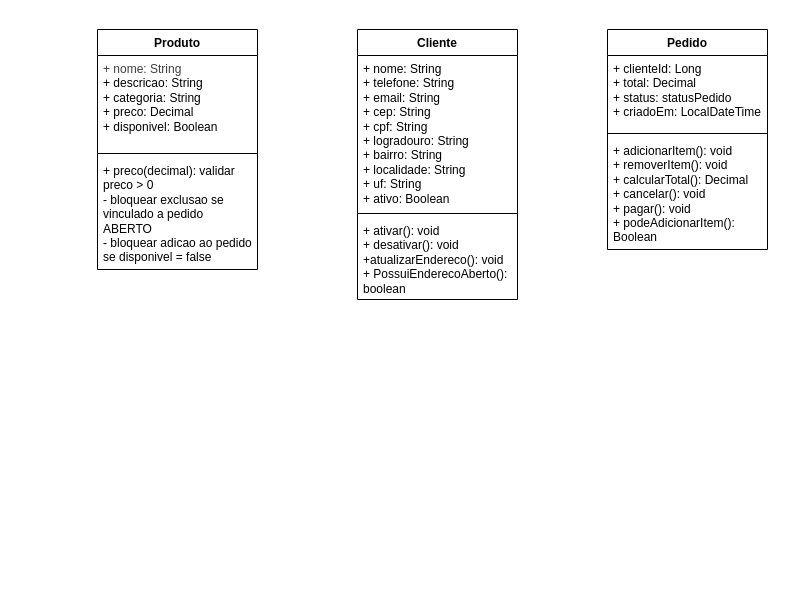
Above: lanchonete.drawio in Jenniferkss/atividade-lanchonete (draw.io), before the change. Source tidied: cells renumbered, new cells numbered last; positions are measured from the earlier drawing's top-left corner, leaving out a move shared by most shapes. Both pictures are drawn from the tidied source at 100%, with x=0, y=0 at pixel (97, 29).
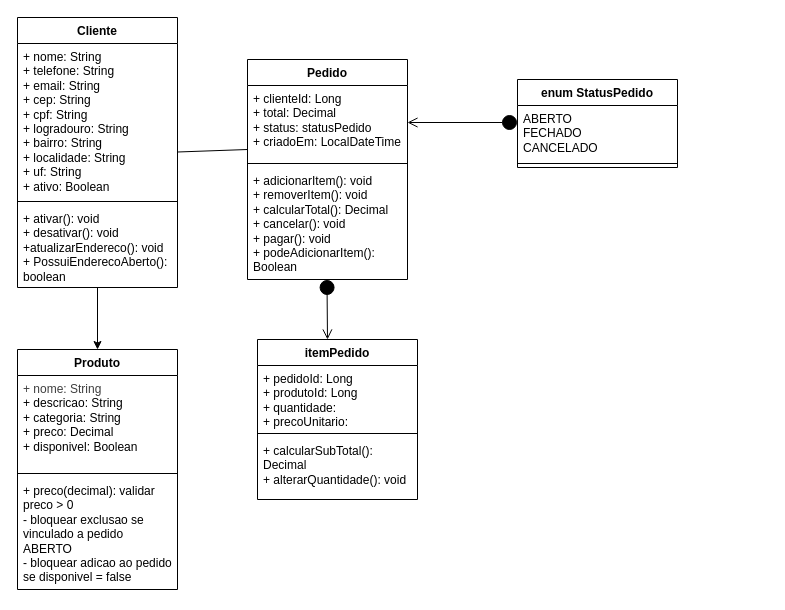
Above is the later version.

Commit message:
feat: adiciona as setas

The change refers to these unchanged cells:
```xml
<mxCell id="11" value="+ clienteId: Long&lt;div&gt;+ total: Decimal&lt;/div&gt;&lt;div&gt;+ status: statusPedido&lt;/div&gt;&lt;div&gt;+ criadoEm: LocalDateTime&lt;/div&gt;" style="text;strokeColor=none;fillColor=none;align=left;verticalAlign=top;spacingLeft=4;spacingRight=4;overflow=hidden;points=[[0,0.5],[1,0.5]];portConstraint=eastwest;whiteSpace=wrap;html=1;" parent="10" vertex="1">
  <mxGeometry y="26" width="160" height="74" as="geometry" />
</mxCell>
```

What changed in the source:
```diff
@@
     <mxCell id="2" value="Produto" style="swimlane;fontStyle=1;align=center;verticalAlign=top;horizontal=1;startSize=26;whiteSpace=wrap;html=1;" parent="1" vertex="1">
-      <mxGeometry width="160" height="240" as="geometry" />
+      <mxGeometry x="-80" y="320" width="160" height="240" as="geometry" />
     </mxCell>
@@
+    <mxCell id="14" style="edgeStyle=none;html=1;entryX=0.5;entryY=0;entryDx=0;entryDy=0;" parent="1" edge="1" source="6" target="2">
+      <mxGeometry relative="1" as="geometry" />
+    </mxCell>
     <mxCell id="6" value="Cliente" style="swimlane;fontStyle=1;align=center;verticalAlign=top;horizontal=1;startSize=26;whiteSpace=wrap;html=1;" parent="1" vertex="1">
-      <mxGeometry x="260" width="160" height="270" as="geometry" />
+      <mxGeometry x="-80" y="-12" width="160" height="270" as="geometry" />
     </mxCell>
@@
     <mxCell id="10" value="Pedido" style="swimlane;fontStyle=1;align=center;verticalAlign=top;horizontal=1;startSize=26;whiteSpace=wrap;html=1;" parent="1" vertex="1">
-      <mxGeometry x="510" width="160" height="220" as="geometry" />
+      <mxGeometry x="150" y="30" width="160" height="220" as="geometry" />
     </mxCell>
@@
+    <mxCell id="15" value="itemPedido" style="swimlane;fontStyle=1;align=center;verticalAlign=top;horizontal=1;startSize=26;whiteSpace=wrap;html=1;" parent="1" vertex="1">
+      <mxGeometry x="160" y="310" width="160" height="160" as="geometry" />
+    </mxCell>
+    <mxCell id="16" value="+ pedidoId: Long&lt;div&gt;+ produtoId: Long&lt;/div&gt;&lt;div&gt;+ quantidade:&lt;/div&gt;&lt;div&gt;+ precoUnitario:&amp;nbsp;&lt;/div&gt;" style="text;strokeColor=none;fillColor=none;align=left;verticalAlign=top;spacingLeft=4;spacingRight=4;overflow=hidden;whiteSpace=wrap;html=1;" parent="15" vertex="1">
+      <mxGeometry y="26" width="160" height="64" as="geometry" />
+    </mxCell>
+    <mxCell id="17" style="line;strokeWidth=1;fillColor=none;align=left;verticalAlign=middle;spacingTop=-1;spacingLeft=3;spacingRight=3;labelPosition=right;strokeColor=inherit;" parent="15" vertex="1">
+      <mxGeometry y="90" width="160" height="8" as="geometry" />
+    </mxCell>
+    <mxCell id="18" value="+ calcularSubTotal(): Decimal&lt;div&gt;+ alterarQuantidade(): void&lt;/div&gt;" style="text;strokeColor=none;fillColor=none;align=left;verticalAlign=top;spacingLeft=4;spacingRight=4;overflow=hidden;whiteSpace=wrap;html=1;" parent="15" vertex="1">
+      <mxGeometry y="98" width="160" height="62" as="geometry" />
+    </mxCell>
+    <mxCell id="19" style="endArrow=none;endFill=0;endSize=12;html=1;" parent="1" edge="1">
+      <mxGeometry relative="1" as="geometry">
+        <mxPoint x="80" y="122.5" as="sourcePoint" />
+        <mxPoint x="150" y="120" as="targetPoint" />
+      </mxGeometry>
+    </mxCell>
+    <mxCell id="20" style="html=1;verticalAlign=bottom;startArrow=circle;startFill=1;endArrow=open;startSize=6;endSize=8;curved=0;rounded=0;" parent="1" edge="1">
+      <mxGeometry relative="1" as="geometry">
+        <mxPoint x="229.5" y="250" as="sourcePoint" />
+        <mxPoint x="230" y="310" as="targetPoint" />
+      </mxGeometry>
+    </mxCell>
+    <mxCell id="21" style="html=1;verticalAlign=bottom;startArrow=circle;startFill=1;endArrow=open;startSize=6;endSize=8;curved=0;rounded=0;entryX=1;entryY=0.5;entryDx=0;entryDy=0;" parent="1" edge="1" target="11">
+      <mxGeometry relative="1" as="geometry">
+        <mxPoint x="420" y="93" as="sourcePoint" />
+      </mxGeometry>
+    </mxCell>
+    <mxCell id="22" value="enum StatusPedido" style="swimlane;fontStyle=1;align=center;verticalAlign=top;horizontal=1;startSize=26;whiteSpace=wrap;html=1;" parent="1" vertex="1">
+      <mxGeometry x="420" y="50" width="160" height="88" as="geometry" />
+    </mxCell>
+    <mxCell id="23" value="ABERTO&lt;br&gt;FECHADO&lt;div&gt;CANCELADO&lt;/div&gt;" style="text;strokeColor=none;fillColor=none;align=left;verticalAlign=top;spacingLeft=4;spacingRight=4;overflow=hidden;whiteSpace=wrap;html=1;" parent="22" vertex="1">
+      <mxGeometry y="26" width="160" height="54" as="geometry" />
+    </mxCell>
+    <mxCell id="24" style="line;strokeWidth=1;fillColor=none;align=left;verticalAlign=middle;spacingTop=-1;spacingLeft=3;spacingRight=3;labelPosition=right;points=[];portConstraint=eastwest;strokeColor=inherit;" parent="22" vertex="1">
+      <mxGeometry y="80" width="160" height="8" as="geometry" />
+    </mxCell>
+    <mxCell id="25" style="edgeStyle=none;html=1;exitX=0.25;exitY=1;exitDx=0;exitDy=0;entryX=0.25;entryY=1;entryDx=0;entryDy=0;entryPerimeter=0;" parent="22" edge="1" source="22" target="24">
+      <mxGeometry relative="1" as="geometry" />
+    </mxCell>
```
